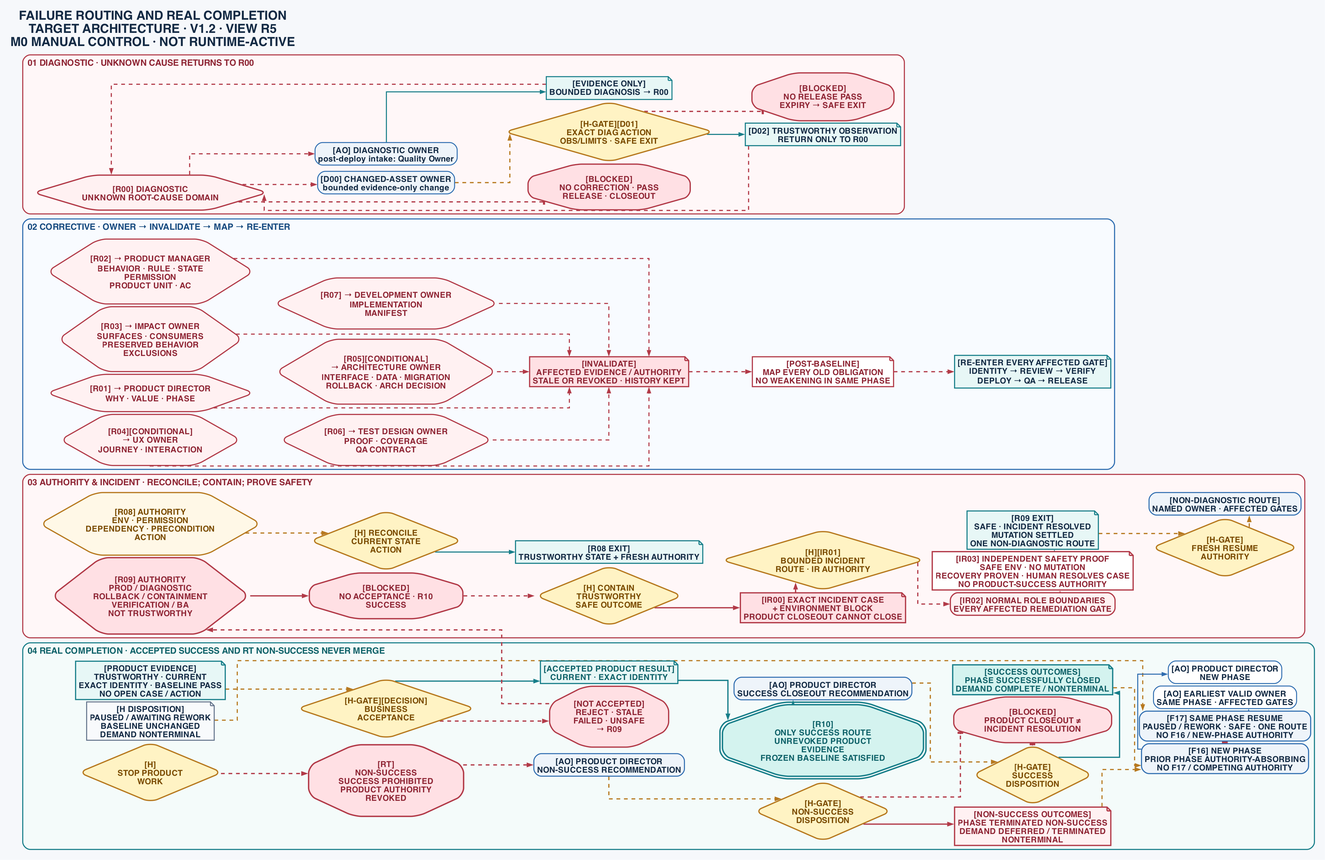
This is docs/superpowers/specs/assets/2026-07-30--one-human-agent-team-operating-architecture-v1.2/failure-routing-and-terminal-outcomes.png from jieli-cqwl/org-claude-skills, a Graphviz export, as it was before one commit. Its source is kept beside it as docs/superpowers/specs/assets/2026-07-30--one-human-agent-team-operating-architecture-v1.2/failure-routing-and-terminal-outcomes.dot.
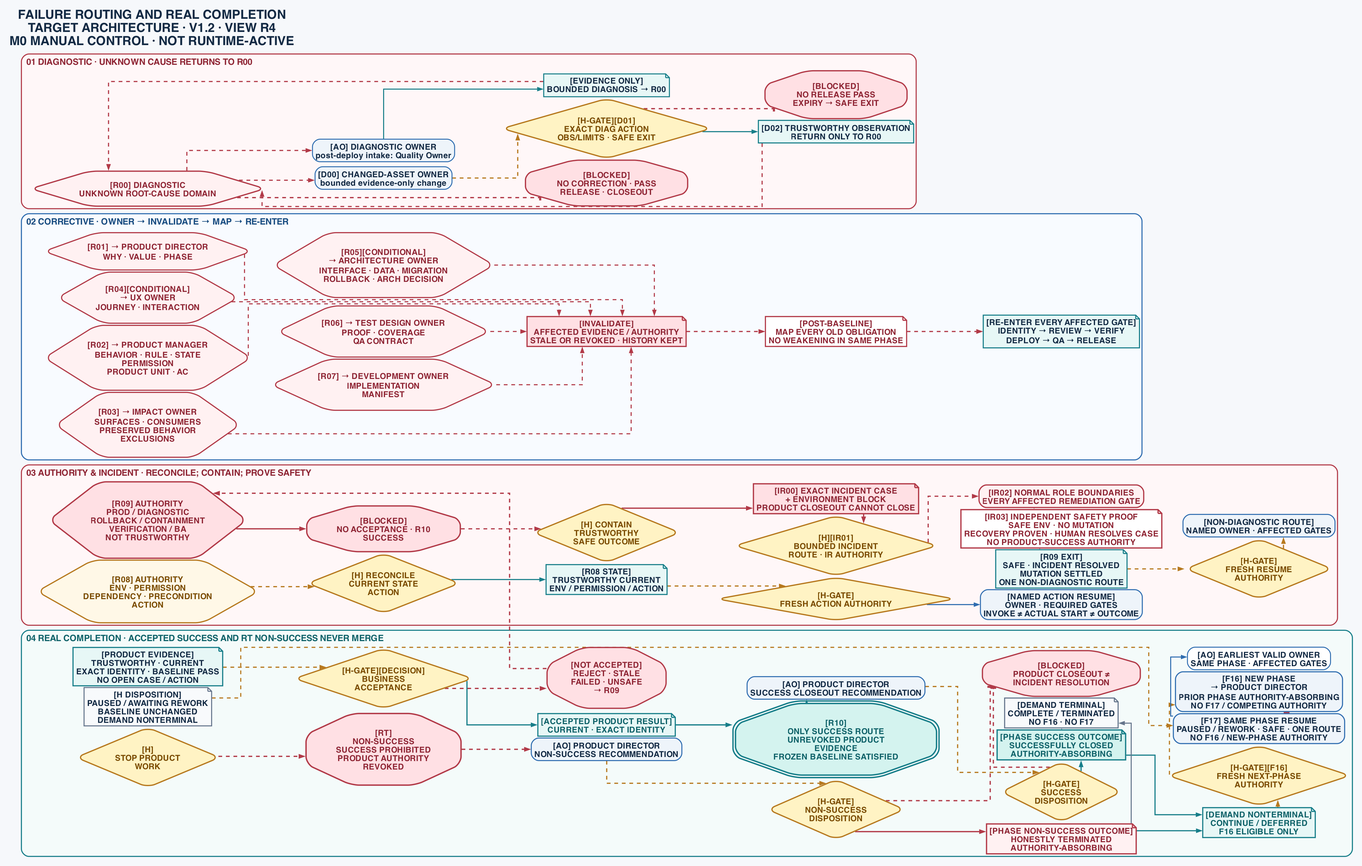
The same file after the commit.

Commit message:
docs: fix terminal and resume routing

Diff of the diagram source:
```diff
@@ -7,12 +7,12 @@
     splines=ortho,
     outputorder=edgesfirst,
     bgcolor="#F6F8FB",
-    pad="0.12",
-    nodesep="0.06",
+    pad="0.10",
+    nodesep="0.04",
     ranksep="0.14",
     labelloc=t,
     labeljust=l,
-    label="FAILURE ROUTING AND REAL COMPLETION\nTARGET ARCHITECTURE · V1.2 · VIEW R5\nM0 MANUAL CONTROL · NOT RUNTIME-ACTIVE",
+    label="FAILURE ROUTING AND REAL COMPLETION\nTARGET ARCHITECTURE · V1.2 · VIEW R4\nM0 MANUAL CONTROL · NOT RUNTIME-ACTIVE",
     fontname="Helvetica-Bold",
     fontsize=20,
     fontcolor="#132A44"
@@ -47,7 +47,7 @@
     fontsize=14;
     penwidth=1.7;
     style="rounded,filled";
-    margin=6;
+    margin=4;
 
     diagnostic_anchor [
       shape=point,
@@ -224,7 +224,7 @@
     fontsize=14;
     penwidth=1.7;
     style="rounded,filled";
-    margin=6;
+    margin=4;
 
     corrective_anchor [
       shape=point,
@@ -416,7 +416,7 @@
     fontsize=14;
     penwidth=1.7;
     style="rounded,filled";
-    margin=6;
+    margin=4;
 
     authority_anchor [
       shape=point,
@@ -445,12 +445,29 @@
     ];
 
     r08_ready [
-      label="[R08 EXIT]\nTRUSTWORTHY STATE + FRESH AUTHORITY",
+      label="[R08 STATE]\nTRUSTWORTHY CURRENT\nENV / PERMISSION / ACTION",
       shape=note,
       style=filled,
       color="#177E89",
       fillcolor="#E7F7F6",
       penwidth=1.7
+    ];
+
+    r08_fresh_action_authority [
+      label="[H-GATE]\nFRESH ACTION AUTHORITY",
+      tooltip="Fresh Human authority is current for the exact reconciled action identity",
+      shape=diamond,
+      color="#B7791F",
+      fillcolor="#FFF3C4",
+      fontcolor="#7A4B00",
+      penwidth=2.0
+    ];
+
+    r08_action_resume [
+      label="[NAMED ACTION RESUME]\nOWNER · REQUIRED GATES\nINVOKE ≠ ACTUAL START ≠ OUTCOME",
+      color="#2F6DB0",
+      fillcolor="#EEF4FA",
+      penwidth=1.6
     ];
 
     r09 [
@@ -559,6 +576,17 @@
       penwidth=1.7
     ];
 
+    r08_ready -> r08_fresh_action_authority [
+      color="#B7791F",
+      style=dashed,
+      penwidth=1.9
+    ];
+
+    r08_fresh_action_authority -> r08_action_resume [
+      color="#2F6DB0",
+      penwidth=1.7
+    ];
+
     r09 -> r09_block [
       color="#B23A48",
       penwidth=2.0
@@ -628,12 +656,14 @@
 
     {
       rank=same;
+      r08_fresh_action_authority;
       ir00;
       ir01;
     }
 
     {
       rank=same;
+      r08_action_resume;
       ir02;
       ir03;
       r09_exit;
@@ -648,8 +678,8 @@
     r09 -> r08 [style=invis, weight=100];
     r09_block -> human_reconcile [style=invis, weight=100];
     human_containment -> r08_ready [style=invis, weight=100];
-    ir01 -> ir00 [style=invis, weight=100];
-    r09_exit -> ir03 -> ir02 [style=invis, weight=100];
+    r08_fresh_action_authority -> ir01 -> ir00 [style=invis, weight=100];
+    r08_action_resume -> r09_exit -> ir03 -> ir02 [style=invis, weight=100];
     r09_resume -> fresh_resume_authority [style=invis, weight=100];
   }
 
@@ -664,7 +694,7 @@
     fontsize=14;
     penwidth=1.7;
     style="rounded,filled";
-    margin=6;
+    margin=4;
 
     completion_anchor [
       shape=point,
@@ -737,7 +767,7 @@
     ];
 
     success_outcomes [
-      label="[SUCCESS OUTCOMES]\nPHASE SUCCESSFULLY CLOSED\nDEMAND COMPLETE / NONTERMINAL",
+      label="[PHASE SUCCESS OUTCOME]\nSUCCESSFULLY CLOSED\nAUTHORITY-ABSORBING",
       shape=note,
       style=filled,
       color="#177E89",
@@ -781,12 +811,40 @@
     ];
 
     non_success_outcomes [
-      label="[NON-SUCCESS OUTCOMES]\nPHASE TERMINATED NON-SUCCESS\nDEMAND DEFERRED / TERMINATED\nNONTERMINAL",
+      label="[PHASE NON-SUCCESS OUTCOME]\nHONESTLY TERMINATED\nAUTHORITY-ABSORBING",
       shape=note,
       style=filled,
       color="#B23A48",
       fillcolor="#FFF1F2",
       fontcolor="#8F2635",
+      penwidth=2.0
+    ];
+
+    demand_terminal_outcomes [
+      label="[DEMAND TERMINAL]\nCOMPLETE / TERMINATED\nNO F16 · NO F17",
+      shape=note,
+      style=filled,
+      color="#64748B",
+      fillcolor="#F8FAFC",
+      penwidth=1.7
+    ];
+
+    demand_nonterminal_outcome [
+      label="[DEMAND NONTERMINAL]\nCONTINUE / DEFERRED\nF16 ELIGIBLE ONLY",
+      shape=note,
+      style=filled,
+      color="#177E89",
+      fillcolor="#E7F7F6",
+      fontcolor="#0F6269",
+      penwidth=1.8
+    ];
+
+    human_next_phase_authority [
+      label="[H-GATE][F16]\nFRESH NEXT-PHASE\nAUTHORITY",
+      shape=diamond,
+      color="#B7791F",
+      fillcolor="#FFF3C4",
+      fontcolor="#7A4B00",
       penwidth=2.0
     ];
 
@@ -800,7 +858,7 @@
     ];
 
     f16 [
-      label="[F16] NEW PHASE\nPRIOR PHASE AUTHORITY-ABSORBING\nNO F17 / COMPETING AUTHORITY",
+      label="[F16] NEW PHASE\n→ PRODUCT DIRECTOR\nPRIOR PHASE AUTHORITY-ABSORBING\nNO F17 / COMPETING AUTHORITY",
       color="#2F6DB0",
       fillcolor="#EEF4FA",
       penwidth=1.7
@@ -811,13 +869,6 @@
       color="#2F6DB0",
       fillcolor="#EEF4FA",
       penwidth=1.7
-    ];
-
-    f16_target [
-      label="[AO] PRODUCT DIRECTOR\nNEW PHASE",
-      color="#2F6DB0",
-      fillcolor="#FFFFFF",
-      penwidth=1.5
     ];
 
     f17_target [
@@ -909,13 +960,33 @@
       penwidth=2.0
     ];
 
-    success_outcomes -> f16 [
-      color="#B7791F",
-      style=dashed,
-      penwidth=1.8
-    ];
-
-    non_success_outcomes -> f16 [
+    success_outcomes -> demand_terminal_outcomes [
+      color="#64748B",
+      penwidth=1.6
+    ];
+
+    non_success_outcomes -> demand_terminal_outcomes [
+      color="#64748B",
+      penwidth=1.6
+    ];
+
+    success_outcomes -> demand_nonterminal_outcome [
+      color="#177E89",
+      penwidth=1.8
+    ];
+
+    non_success_outcomes -> demand_nonterminal_outcome [
+      color="#177E89",
+      penwidth=1.8
+    ];
+
+    demand_nonterminal_outcome -> human_next_phase_authority [
+      color="#B7791F",
+      style=dashed,
+      penwidth=1.8
+    ];
+
+    human_next_phase_authority -> f16 [
       color="#B7791F",
       style=dashed,
       penwidth=1.8
@@ -925,11 +996,6 @@
       color="#B7791F",
       style=dashed,
       penwidth=1.8
-    ];
-
-    f16 -> f16_target [
-      color="#2F6DB0",
-      penwidth=1.6
     ];
 
     f17 -> f17_target [
@@ -995,13 +1061,15 @@
       human_success_disposition;
       success_outcomes;
       non_success_outcomes;
+      demand_terminal_outcomes;
       incident_closure_block;
     }
 
     {
       rank=same;
+      demand_nonterminal_outcome;
+      human_next_phase_authority;
       f16;
-      f16_target;
       f17;
       f17_target;
     }
@@ -1012,9 +1080,12 @@
       accepted_product_result [style=invis, weight=100];
     human_non_success_disposition -> pd_success_recommendation ->
       r10 [style=invis, weight=100];
-    incident_closure_block -> non_success_outcomes ->
+    incident_closure_block -> demand_terminal_outcomes ->
+      non_success_outcomes ->
       success_outcomes -> human_success_disposition [style=invis, weight=100];
-    f17_target -> f17 -> f16_target -> f16 [style=invis, weight=100];
+    f17_target -> f17 -> f16 ->
+      human_next_phase_authority -> demand_nonterminal_outcome
+      [style=invis, weight=100];
   }
 
   {
```
